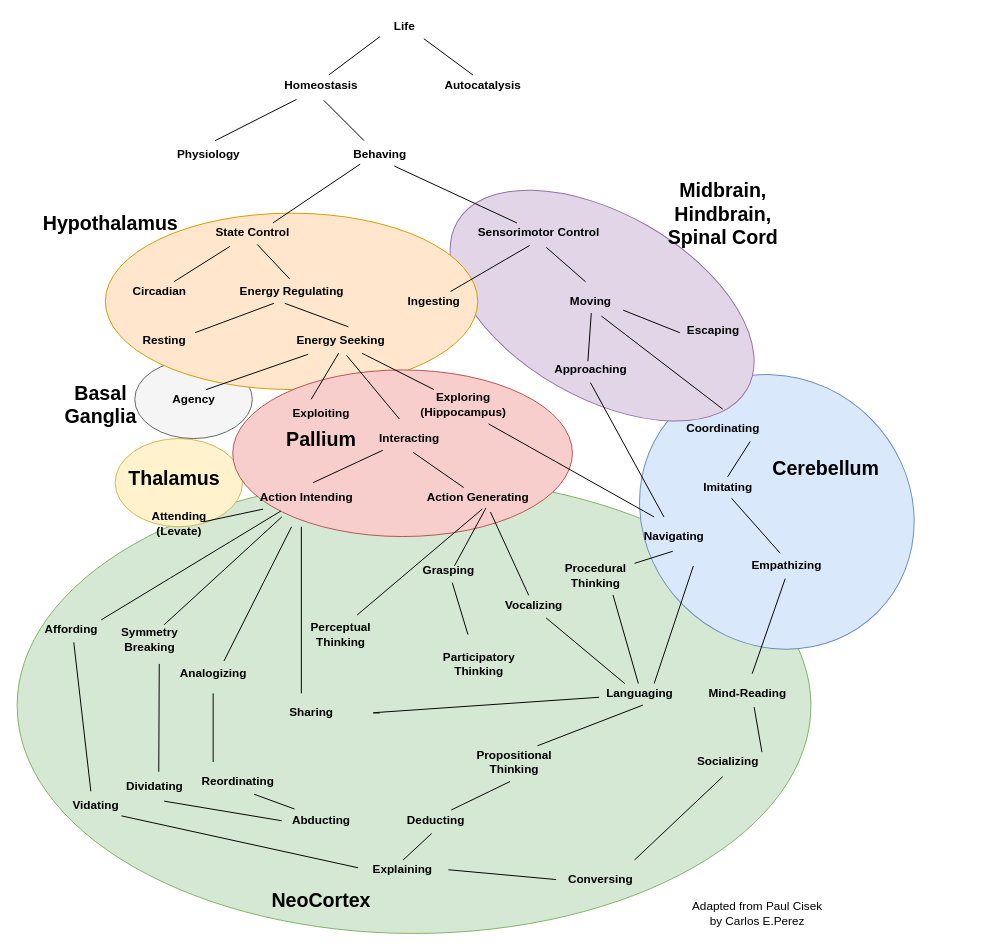
codeaudit/1 keeps this draw.io diagram as cognitive_evolution.drawio. Above is the earlier version. Source tidied: cells renumbered, new cells numbered last; positions are measured from the earlier drawing's top-left corner, leaving out a move shared by most shapes. Both pictures are drawn from the tidied source at 98%, with x=0, y=0 at pixel (17, 17).
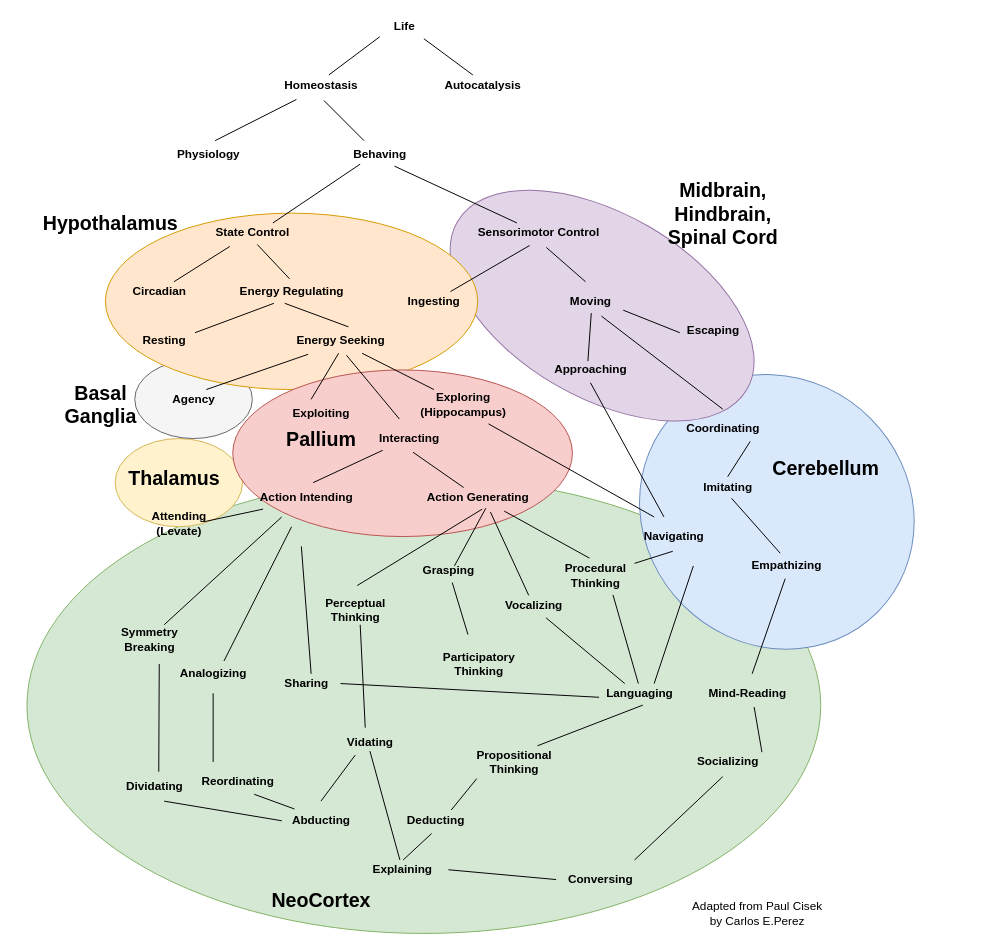
Above is the later version.

The change refers to these unchanged cells:
```xml
<mxCell id="28" value="Action Intending" style="text;html=1;align=center;verticalAlign=middle;points=[];fontStyle=1;" parent="1" vertex="1">
  <mxGeometry x="240" y="480" width="110" height="20" as="geometry" />
</mxCell>
<mxCell id="29" value="Action Generating" style="text;html=1;align=center;verticalAlign=middle;points=[];fontStyle=1;" parent="1" vertex="1">
  <mxGeometry x="410" y="480" width="120" height="20" as="geometry" />
</mxCell>
<mxCell id="34" value="Procedural&lt;br&gt;Thinking" style="text;html=1;align=center;verticalAlign=middle;points=[];fontStyle=1;" parent="1" vertex="1">
  <mxGeometry x="550" y="555" width="80" height="30" as="geometry" />
</mxCell>
<mxCell id="35" value="Propositional&lt;br&gt;Thinking" style="text;html=1;align=center;verticalAlign=middle;points=[];fontStyle=1;" parent="1" vertex="1">
  <mxGeometry x="461.6" y="745" width="90" height="30" as="geometry" />
</mxCell>
<mxCell id="42" value="Languaging" style="text;html=1;align=center;verticalAlign=middle;points=[];fontStyle=1;" parent="1" vertex="1">
  <mxGeometry x="595" y="680" width="80" height="20" as="geometry" />
</mxCell>
<mxCell id="106" value="Explaining" style="text;html=1;align=center;verticalAlign=middle;points=[];fontStyle=1;" parent="1" vertex="1">
  <mxGeometry x="353.3" y="860" width="80" height="20" as="geometry" />
</mxCell>
<mxCell id="108" value="&lt;b&gt;Deducting&lt;br&gt;&lt;/b&gt;" style="text;html=1;align=center;verticalAlign=middle;points=[];" parent="1" vertex="1">
  <mxGeometry x="391.6" y="810" width="70" height="20" as="geometry" />
</mxCell>
```

Diff of the diagram source:
```diff
@@
     <mxCell id="2" style="ellipse;whiteSpace=wrap;html=1;fillColor=#d5e8d4;strokeColor=#82b366;" parent="1" vertex="1">
-      <mxGeometry y="470" width="810" height="465" as="geometry" />
+      <mxGeometry x="10" y="470" width="810" height="465" as="geometry" />
     </mxCell>
@@
-    <mxCell id="31" value="Affording" style="text;html=1;align=center;verticalAlign=middle;points=[];fontStyle=1;" parent="1" vertex="1">
-      <mxGeometry x="20" y="615" width="70" height="20" as="geometry" />
-    </mxCell>
@@
     <mxCell id="36" value="Perceptual&lt;br&gt;Thinking" style="text;html=1;align=center;verticalAlign=middle;points=[];fontStyle=1;" parent="1" vertex="1">
-      <mxGeometry x="290" y="615" width="80" height="30" as="geometry" />
+      <mxGeometry x="305" y="590" width="80" height="30" as="geometry" />
     </mxCell>
@@
     <mxCell id="38" value="Sharing" style="text;html=1;align=center;verticalAlign=middle;fontStyle=1;" parent="1" vertex="1">
-      <mxGeometry x="270" y="700" width="60" height="20" as="geometry" />
+      <mxGeometry x="265" y="670" width="60" height="20" as="geometry" />
     </mxCell>
@@
     <mxCell id="85" style="endArrow=none;html=1;entryX=0.538;entryY=1.1;entryDx=0;entryDy=0;entryPerimeter=0;" parent="1" edge="1" target="29">
       <mxGeometry relative="1" as="geometry">
-        <mxPoint x="347" y="610" as="sourcePoint" />
+        <mxPoint x="347" y="580" as="sourcePoint" />
       </mxGeometry>
     </mxCell>
@@
     <mxCell id="91" style="endArrow=none;html=1;exitX=-0.014;exitY=0.7;exitDx=0;exitDy=0;exitPerimeter=0;" parent="1" edge="1" source="42">
       <mxGeometry relative="1" as="geometry">
-        <mxPoint x="370" y="710" as="targetPoint" />
+        <mxPoint x="330" y="680" as="targetPoint" />
         <Array as="points">
-          <mxPoint x="360" y="710" />
+          <mxPoint x="330" y="680" />
         </Array>
       </mxGeometry>
     </mxCell>
-    <mxCell id="92" style="endArrow=none;html=1;entryX=0.264;entryY=1.2;entryDx=0;entryDy=0;entryPerimeter=0;exitX=0.94;exitY=0;exitDx=0;exitDy=0;exitPerimeter=0;" parent="1" edge="1" source="31" target="28">
-      <mxGeometry relative="1" as="geometry" />
-    </mxCell>
@@
     <mxCell id="95" style="endArrow=none;html=1;" parent="1" edge="1">
       <mxGeometry relative="1" as="geometry">
-        <mxPoint x="290" y="690" as="sourcePoint" />
-        <mxPoint x="290" y="520" as="targetPoint" />
+        <mxPoint x="300" y="670" as="sourcePoint" />
+        <mxPoint x="290" y="540" as="targetPoint" />
       </mxGeometry>
     </mxCell>
@@
     <mxCell id="103" value="Vidating" style="text;html=1;align=center;verticalAlign=middle;points=[];fontStyle=1;" parent="1" vertex="1">
-      <mxGeometry x="50" y="795" width="60" height="20" as="geometry" />
+      <mxGeometry x="330" y="730" width="60" height="20" as="geometry" />
     </mxCell>
-    <mxCell id="104" style="endArrow=none;html=1;entryX=0.54;entryY=1.15;entryDx=0;entryDy=0;entryPerimeter=0;exitX=0.42;exitY=-0.25;exitDx=0;exitDy=0;exitPerimeter=0;" parent="1" edge="1" source="103" target="31">
+    <mxCell id="104" style="endArrow=none;html=1;exitX=0.42;exitY=-0.25;exitDx=0;exitDy=0;exitPerimeter=0;entryX=0.563;entryY=1;entryDx=0;entryDy=0;entryPerimeter=0;" parent="1" edge="1" source="103" target="36">
       <mxGeometry relative="1" as="geometry" />
     </mxCell>
@@
-    <mxCell id="109" style="endArrow=none;html=1;entryX=0.459;entryY=1.167;entryDx=0;entryDy=0;entryPerimeter=0;exitX=0.734;exitY=-0.05;exitDx=0;exitDy=0;exitPerimeter=0;" parent="1" edge="1" source="108" target="35">
+    <mxCell id="109" style="endArrow=none;html=1;entryX=0.082;entryY=1.067;entryDx=0;entryDy=0;entryPerimeter=0;exitX=0.734;exitY=-0.05;exitDx=0;exitDy=0;exitPerimeter=0;" parent="1" edge="1" source="108" target="35">
       <mxGeometry relative="1" as="geometry" />
     </mxCell>
@@
-    <mxCell id="111" style="endArrow=none;html=1;entryX=-0.067;entryY=0.4;entryDx=0;entryDy=0;entryPerimeter=0;exitX=0.94;exitY=1;exitDx=0;exitDy=0;exitPerimeter=0;" parent="1" edge="1" source="103" target="106">
+    <mxCell id="111" style="endArrow=none;html=1;exitX=0.5;exitY=0.95;exitDx=0;exitDy=0;exitPerimeter=0;" parent="1" edge="1" source="103" target="106">
       <mxGeometry relative="1" as="geometry" />
     </mxCell>
@@
+    <mxCell id="115" style="endArrow=none;html=1;entryX=0.25;entryY=1.15;entryDx=0;entryDy=0;entryPerimeter=0;" parent="1" edge="1" target="103">
+      <mxGeometry relative="1" as="geometry">
+        <mxPoint x="310" y="800" as="sourcePoint" />
+      </mxGeometry>
+    </mxCell>
+    <mxCell id="116" style="endArrow=none;html=1;exitX=0.425;exitY=-0.1;exitDx=0;exitDy=0;exitPerimeter=0;entryX=0.725;entryY=1.2;entryDx=0;entryDy=0;entryPerimeter=0;" parent="1" edge="1" source="34" target="29">
+      <mxGeometry relative="1" as="geometry" />
+    </mxCell>
```
